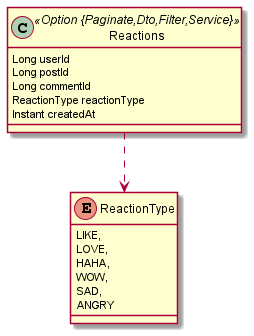
The PlantUML diagram infra/db/jdl/reaction_db.png in shegga9x/AppF4, before a commit.
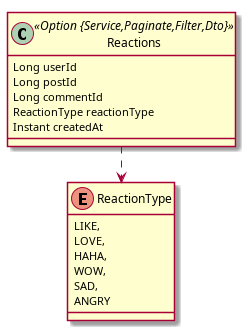
After the change.

The edit, as a diff of the source:
```diff
@@ -1,4 +1,5 @@
 @startuml
+	!pragma layout smetana
 	!pragma syntax class
 	enum ReactionType {
 		LIKE,
@@ -8,7 +9,7 @@
 		SAD,
 		ANGRY
 	}
-	class Reactions <<Option {Paginate,Dto,Filter,Service}>> {
+	class Reactions <<Option {Service,Paginate,Filter,Dto}>> {
 		Long userId
 		Long postId
 		Long commentId
```
